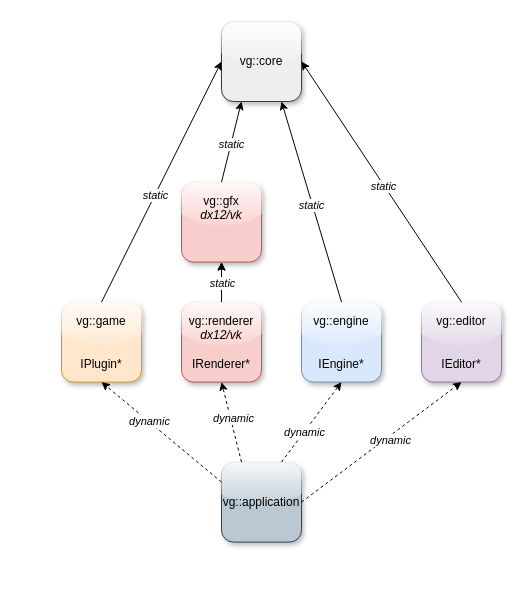
Earlier version of the draw.io diagram doc/modules.drawio (vimontgames/vgframework). Source tidied: cells renumbered, new cells numbered last; positions are measured from the earlier drawing's top-left corner, leaving out a move shared by most shapes. Both pictures are drawn from the tidied source at 100%, with x=0, y=0 at pixel (61, 21).
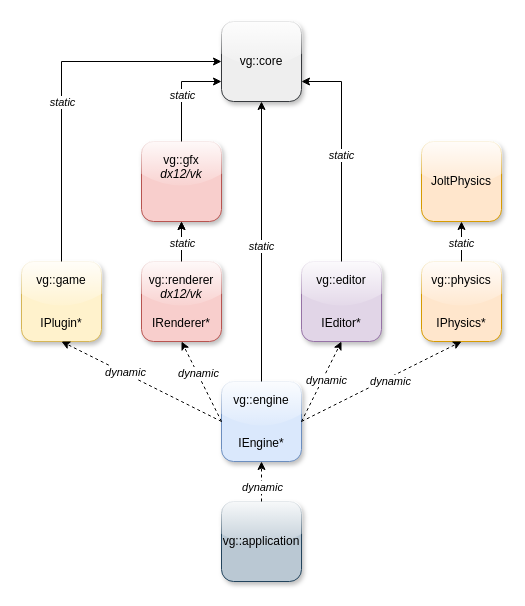
The same page after the edit.

The change refers to these unchanged cells:
```xml
<mxCell id="2" value="vg::core" style="rounded=1;whiteSpace=wrap;html=1;fillColor=#eeeeee;strokeColor=#36393d;glass=1;shadow=1;" parent="1" vertex="1">
  <mxGeometry x="160" width="80" height="80" as="geometry" />
</mxCell>
```

The edit, as a diff of the source:
```diff
@@
     <mxCell id="3" value="vg::engine&lt;br&gt;&lt;br&gt;&lt;br&gt;IEngine*" style="rounded=1;whiteSpace=wrap;html=1;fillColor=#dae8fc;strokeColor=#6c8ebf;glass=1;shadow=1;" parent="1" vertex="1">
-      <mxGeometry x="240" y="280.6" width="80" height="80" as="geometry" />
+      <mxGeometry x="160" y="360" width="80" height="80" as="geometry" />
     </mxCell>
     <mxCell id="4" value="vg::gfx&lt;br&gt;&lt;i&gt;dx12/vk&lt;br&gt;&lt;br&gt;&lt;br&gt;&lt;/i&gt;" style="rounded=1;whiteSpace=wrap;html=1;fillColor=#f8cecc;strokeColor=#b85450;glass=1;shadow=1;" parent="1" vertex="1">
-      <mxGeometry x="120" y="160.6" width="80" height="80" as="geometry" />
+      <mxGeometry x="80" y="120" width="80" height="80" as="geometry" />
     </mxCell>
@@
     <mxCell id="6" value="vg::renderer&lt;br&gt;&lt;i&gt;dx12/vk&lt;/i&gt;&lt;br&gt;&lt;br&gt;IRenderer*" style="rounded=1;whiteSpace=wrap;html=1;fillColor=#f8cecc;strokeColor=#b85450;glass=1;shadow=1;" parent="1" vertex="1">
-      <mxGeometry x="120" y="280.6" width="80" height="80" as="geometry" />
+      <mxGeometry x="80" y="240" width="80" height="80" as="geometry" />
     </mxCell>
-    <mxCell id="7" value="vg::game&lt;br&gt;&lt;br&gt;&lt;br&gt;IPlugin*" style="rounded=1;whiteSpace=wrap;html=1;fillColor=#ffe6cc;strokeColor=#d79b00;glass=1;shadow=1;" parent="1" vertex="1">
-      <mxGeometry y="280.6" width="80" height="80" as="geometry" />
+    <mxCell id="7" value="vg::game&lt;br&gt;&lt;br&gt;&lt;br&gt;IPlugin*" style="rounded=1;whiteSpace=wrap;html=1;fillColor=#fff2cc;strokeColor=#d6b656;glass=1;shadow=1;" parent="1" vertex="1">
+      <mxGeometry x="-40" y="240" width="80" height="80" as="geometry" />
     </mxCell>
-    <mxCell id="8" style="endArrow=classic;html=1;rounded=0;entryX=0.25;entryY=1;entryDx=0;entryDy=0;exitX=0.5;exitY=0;exitDx=0;exitDy=0;" parent="1" edge="1" source="4" target="2">
-      <mxGeometry relative="1" as="geometry" />
+    <mxCell id="8" style="endArrow=classic;html=1;rounded=0;exitX=0.5;exitY=0;exitDx=0;exitDy=0;entryX=0;entryY=0.75;entryDx=0;entryDy=0;" parent="1" edge="1" source="4" target="2">
+      <mxGeometry relative="1" as="geometry">
+        <Array as="points">
+          <mxPoint x="120" y="60" />
+        </Array>
+      </mxGeometry>
     </mxCell>
@@
-    <mxCell id="10" style="endArrow=classic;html=1;rounded=0;entryX=0.75;entryY=1;entryDx=0;entryDy=0;exitX=0.5;exitY=0;exitDx=0;exitDy=0;" parent="1" edge="1" source="3" target="2">
+    <mxCell id="10" style="endArrow=classic;html=1;rounded=0;entryX=0.5;entryY=1;entryDx=0;entryDy=0;exitX=0.5;exitY=0;exitDx=0;exitDy=0;" parent="1" edge="1" source="3" target="2">
       <mxGeometry relative="1" as="geometry" />
     </mxCell>
@@
     <mxCell id="12" style="endArrow=classic;html=1;rounded=0;entryX=0;entryY=0.5;entryDx=0;entryDy=0;exitX=0.5;exitY=0;exitDx=0;exitDy=0;" parent="1" edge="1" source="7" target="2">
-      <mxGeometry relative="1" as="geometry" />
+      <mxGeometry relative="1" as="geometry">
+        <Array as="points">
+          <mxPoint y="40" />
+        </Array>
+      </mxGeometry>
     </mxCell>
@@
     <mxCell id="16" value="vg::application" style="rounded=1;whiteSpace=wrap;html=1;glass=1;shadow=1;fillColor=#bac8d3;strokeColor=#23445d;" parent="1" vertex="1">
-      <mxGeometry x="160" y="440.6" width="80" height="80" as="geometry" />
+      <mxGeometry x="160" y="480" width="80" height="80" as="geometry" />
     </mxCell>
-    <mxCell id="17" style="endArrow=classic;dashed=1;html=1;rounded=0;entryX=0.5;entryY=1;entryDx=0;entryDy=0;exitX=0;exitY=0.25;exitDx=0;exitDy=0;shadow=0;endFill=1;" parent="1" edge="1" source="16" target="7">
+    <mxCell id="17" style="endArrow=classic;dashed=1;html=1;rounded=0;entryX=0.5;entryY=1;entryDx=0;entryDy=0;exitX=0;exitY=0.5;exitDx=0;exitDy=0;shadow=0;endFill=1;" parent="1" edge="1" source="3" target="7">
       <mxGeometry relative="1" as="geometry" />
     </mxCell>
@@
-    <mxCell id="19" style="endArrow=classic;dashed=1;html=1;rounded=0;entryX=0.5;entryY=1;entryDx=0;entryDy=0;exitX=0.75;exitY=0;exitDx=0;exitDy=0;shadow=0;endFill=1;" parent="1" edge="1" source="16" target="3">
+    <mxCell id="19" style="endArrow=classic;dashed=1;html=1;rounded=0;entryX=0.5;entryY=1;entryDx=0;entryDy=0;exitX=0.5;exitY=0;exitDx=0;exitDy=0;shadow=0;endFill=1;" parent="1" edge="1" source="16" target="3">
       <mxGeometry relative="1" as="geometry" />
     </mxCell>
@@
-    <mxCell id="21" style="endArrow=classic;dashed=1;html=1;rounded=0;entryX=0.5;entryY=1;entryDx=0;entryDy=0;exitX=0.25;exitY=0;exitDx=0;exitDy=0;shadow=0;endFill=1;" parent="1" edge="1" source="16" target="6">
-      <mxGeometry relative="1" as="geometry" />
-    </mxCell>
-    <mxCell id="22" value="&lt;i&gt;dynamic&lt;/i&gt;" style="edgeLabel;html=1;align=center;verticalAlign=middle;" parent="21" vertex="1">
-      <mxGeometry x="0.08" y="-3" relative="1" as="geometry" />
-    </mxCell>
     <mxCell id="23" value="vg::editor&lt;br&gt;&lt;br&gt;&lt;br&gt;IEditor*" style="rounded=1;whiteSpace=wrap;html=1;fillColor=#e1d5e7;strokeColor=#9673a6;glass=1;shadow=1;" parent="1" vertex="1">
-      <mxGeometry x="360" y="280.6" width="80" height="80" as="geometry" />
+      <mxGeometry x="240" y="240" width="80" height="80" as="geometry" />
     </mxCell>
-    <mxCell id="24" style="endArrow=classic;dashed=1;html=1;rounded=0;entryX=0.5;entryY=1;entryDx=0;entryDy=0;exitX=1;exitY=0.5;exitDx=0;exitDy=0;shadow=0;endFill=1;" parent="1" edge="1" source="16" target="23">
+    <mxCell id="24" style="endArrow=classic;dashed=1;html=1;rounded=0;entryX=0.5;entryY=1;entryDx=0;entryDy=0;exitX=1;exitY=0.5;exitDx=0;exitDy=0;shadow=0;endFill=1;" parent="1" edge="1" source="3" target="23">
       <mxGeometry relative="1" as="geometry" />
     </mxCell>
@@
-    <mxCell id="26" style="endArrow=classic;html=1;rounded=0;entryX=1;entryY=0.5;entryDx=0;entryDy=0;exitX=0.5;exitY=0;exitDx=0;exitDy=0;" parent="1" edge="1" source="23" target="2">
-      <mxGeometry relative="1" as="geometry" />
+    <mxCell id="26" style="endArrow=classic;html=1;rounded=0;exitX=0.5;exitY=0;exitDx=0;exitDy=0;entryX=1;entryY=0.75;entryDx=0;entryDy=0;" parent="1" edge="1" source="23" target="2">
+      <mxGeometry relative="1" as="geometry">
+        <Array as="points">
+          <mxPoint x="280" y="60" />
+        </Array>
+      </mxGeometry>
     </mxCell>
@@
+    <mxCell id="28" value="vg::physics&lt;br&gt;&lt;br&gt;&lt;br&gt;IPhysics*" style="rounded=1;whiteSpace=wrap;html=1;fillColor=#ffe6cc;strokeColor=#d79b00;glass=1;shadow=1;" parent="1" vertex="1">
+      <mxGeometry x="360" y="240" width="80" height="80" as="geometry" />
+    </mxCell>
+    <mxCell id="29" style="endArrow=classic;dashed=1;html=1;rounded=0;entryX=0.5;entryY=1;entryDx=0;entryDy=0;exitX=1;exitY=0.5;exitDx=0;exitDy=0;shadow=0;endFill=1;" parent="1" edge="1" source="3" target="28">
+      <mxGeometry relative="1" as="geometry" />
+    </mxCell>
+    <mxCell id="30" value="&lt;i&gt;dynamic&lt;/i&gt;" style="edgeLabel;html=1;align=center;verticalAlign=middle;" parent="29" vertex="1">
+      <mxGeometry x="0.08" y="-3" relative="1" as="geometry" />
+    </mxCell>
+    <mxCell id="31" style="endArrow=classic;dashed=1;html=1;rounded=0;entryX=0.5;entryY=1;entryDx=0;entryDy=0;exitX=0;exitY=0.5;exitDx=0;exitDy=0;shadow=0;endFill=1;" parent="1" edge="1" source="3" target="6">
+      <mxGeometry relative="1" as="geometry" />
+    </mxCell>
+    <mxCell id="32" value="&lt;i&gt;dynamic&lt;/i&gt;" style="edgeLabel;html=1;align=center;verticalAlign=middle;" parent="31" vertex="1">
+      <mxGeometry x="0.21" y="-1" relative="1" as="geometry" />
+    </mxCell>
+    <mxCell id="33" value="JoltPhysics" style="rounded=1;whiteSpace=wrap;html=1;fillColor=#ffe6cc;strokeColor=#d79b00;glass=1;shadow=1;" parent="1" vertex="1">
+      <mxGeometry x="360" y="120" width="80" height="80" as="geometry" />
+    </mxCell>
+    <mxCell id="34" style="endArrow=classic;html=1;rounded=0;entryX=0.5;entryY=1;entryDx=0;entryDy=0;exitX=0.5;exitY=0;exitDx=0;exitDy=0;" parent="1" edge="1" source="28" target="33">
+      <mxGeometry relative="1" as="geometry" />
+    </mxCell>
+    <mxCell id="35" value="&lt;i&gt;static&lt;/i&gt;" style="edgeLabel;html=1;align=center;verticalAlign=middle;" parent="34" vertex="1">
+      <mxGeometry x="-0.03" y="1" relative="1" as="geometry" />
+    </mxCell>
```
